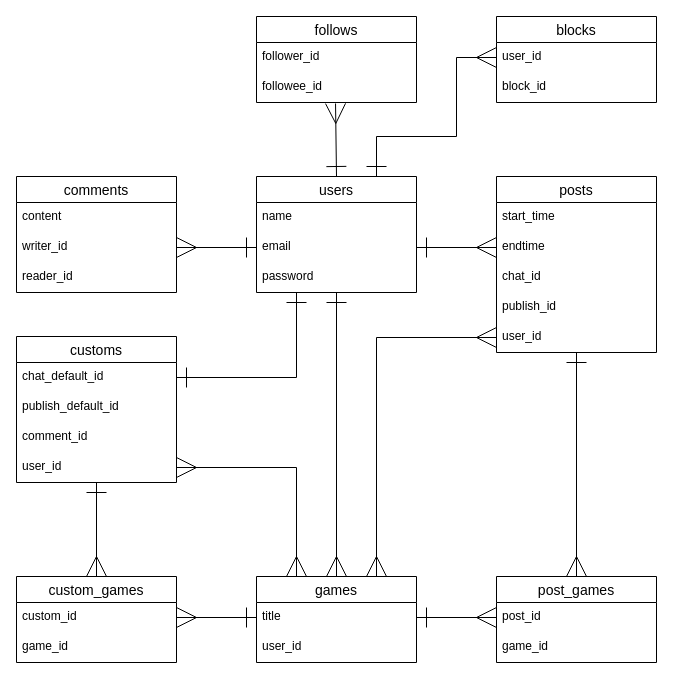
IseUtoshi/YURUBO keeps this draw.io diagram as ER図.dio. Above is the earlier version. Source tidied: cells renumbered, new cells numbered last; positions are measured from the earlier drawing's top-left corner, leaving out a move shared by most shapes. Both pictures are drawn from the tidied source at 100%, with x=0, y=0 at pixel (16, 16).
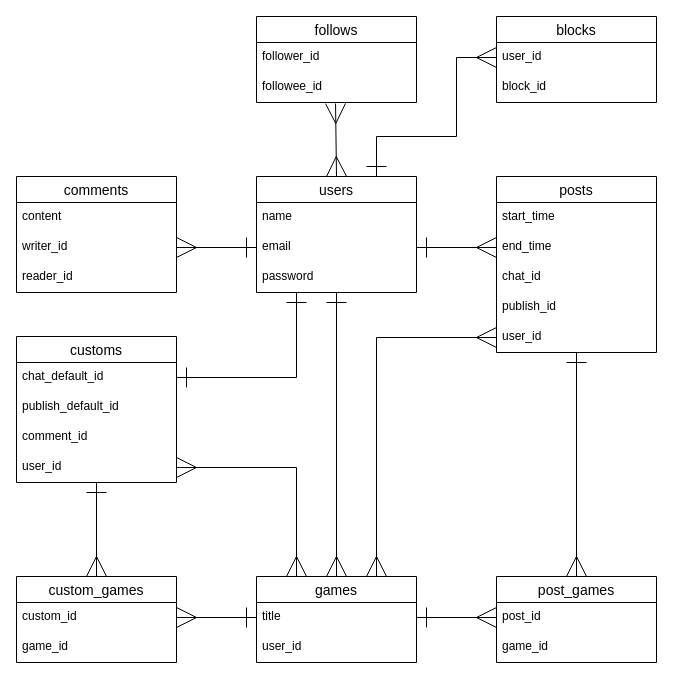
After the change.

The change refers to these unchanged cells:
```xml
<mxCell id="5" value="users" style="swimlane;fontStyle=0;horizontal=1;startSize=26;align=center;fontSize=14;" parent="1" vertex="1">
  <mxGeometry x="240" y="160" width="160" height="116" as="geometry" />
</mxCell>
<mxCell id="15" value="followee_id" style="text;strokeColor=none;fillColor=none;spacingLeft=4;spacingRight=4;overflow=hidden;points=[[0,0.5],[1,0.5]];portConstraint=eastwest;fontSize=12;" parent="13" vertex="1">
  <mxGeometry y="56" width="160" height="30" as="geometry" />
</mxCell>
<mxCell id="22" value="posts" style="swimlane;fontStyle=0;horizontal=1;startSize=26;align=center;fontSize=14;" parent="1" vertex="1">
  <mxGeometry x="480" y="160" width="160" height="176" as="geometry" />
</mxCell>
```

Diff of the diagram source:
```diff
@@
-    <mxCell id="3" style="edgeStyle=none;html=1;exitX=0.5;exitY=0;exitDx=0;exitDy=0;entryX=0.494;entryY=1.033;entryDx=0;entryDy=0;entryPerimeter=0;startArrow=ERone;startFill=0;endArrow=ERmany;endFill=0;startSize=18;endSize=18;" parent="1" edge="1" source="5" target="15">
+    <mxCell id="3" style="edgeStyle=none;html=1;exitX=0.5;exitY=0;exitDx=0;exitDy=0;entryX=0.494;entryY=1.033;entryDx=0;entryDy=0;entryPerimeter=0;startArrow=ERmany;startFill=0;endArrow=ERmany;endFill=0;startSize=18;endSize=18;" parent="1" edge="1" source="5" target="15">
       <mxGeometry relative="1" as="geometry" />
     </mxCell>
@@
-    <mxCell id="24" value="endtime" style="text;strokeColor=none;fillColor=none;spacingLeft=4;spacingRight=4;overflow=hidden;points=[[0,0.5],[1,0.5]];portConstraint=eastwest;fontSize=12;" parent="22" vertex="1">
+    <mxCell id="24" value="end_time" style="text;strokeColor=none;fillColor=none;spacingLeft=4;spacingRight=4;overflow=hidden;points=[[0,0.5],[1,0.5]];portConstraint=eastwest;fontSize=12;" parent="22" vertex="1">
       <mxGeometry y="56" width="160" height="30" as="geometry" />
     </mxCell>
```
